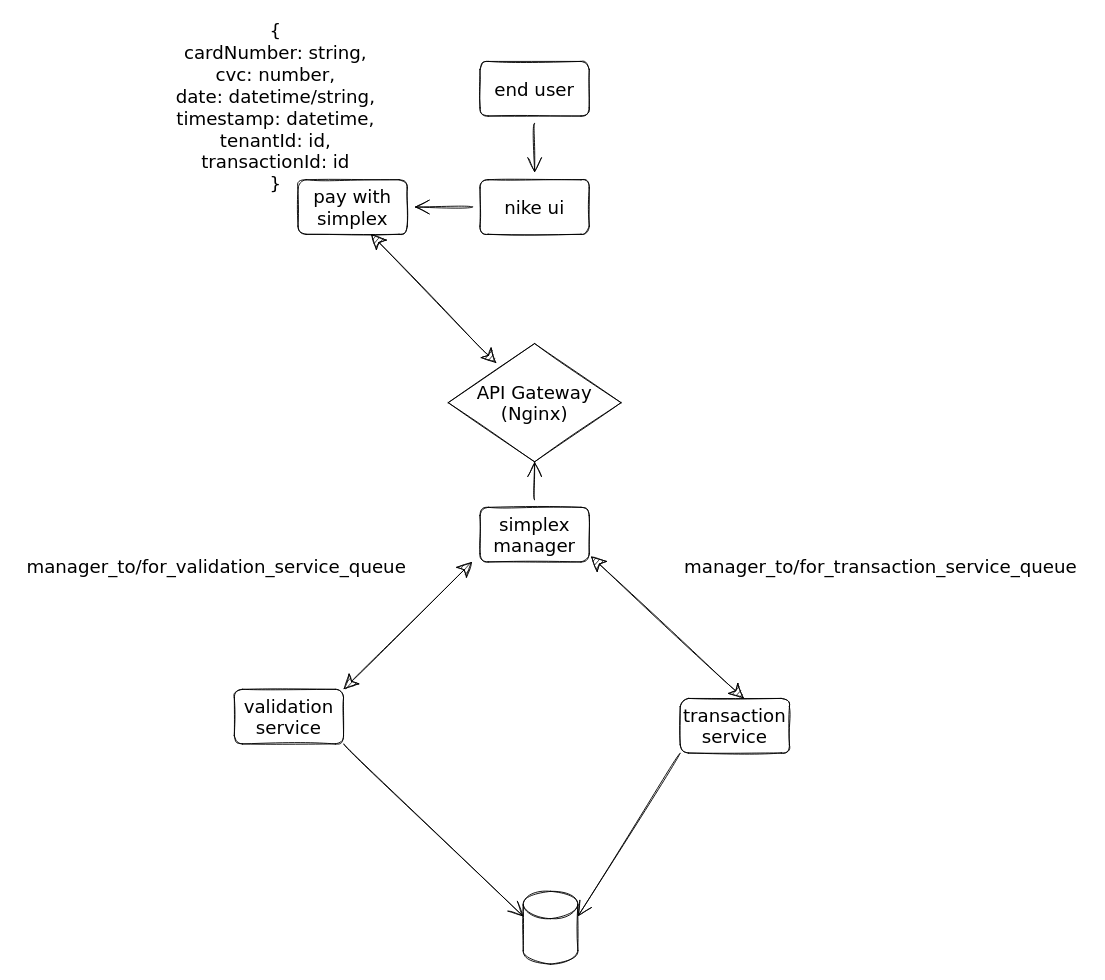
The draw.io diagram simplex.drawio in itaileshem/happy-hlds, before the edit. Source tidied: cells renumbered, new cells numbered last; positions are measured from the earlier drawing's top-left corner, leaving out a move shared by most shapes. Both pictures are drawn from the tidied source at 91%, with x=0, y=0 at pixel (15, 15).
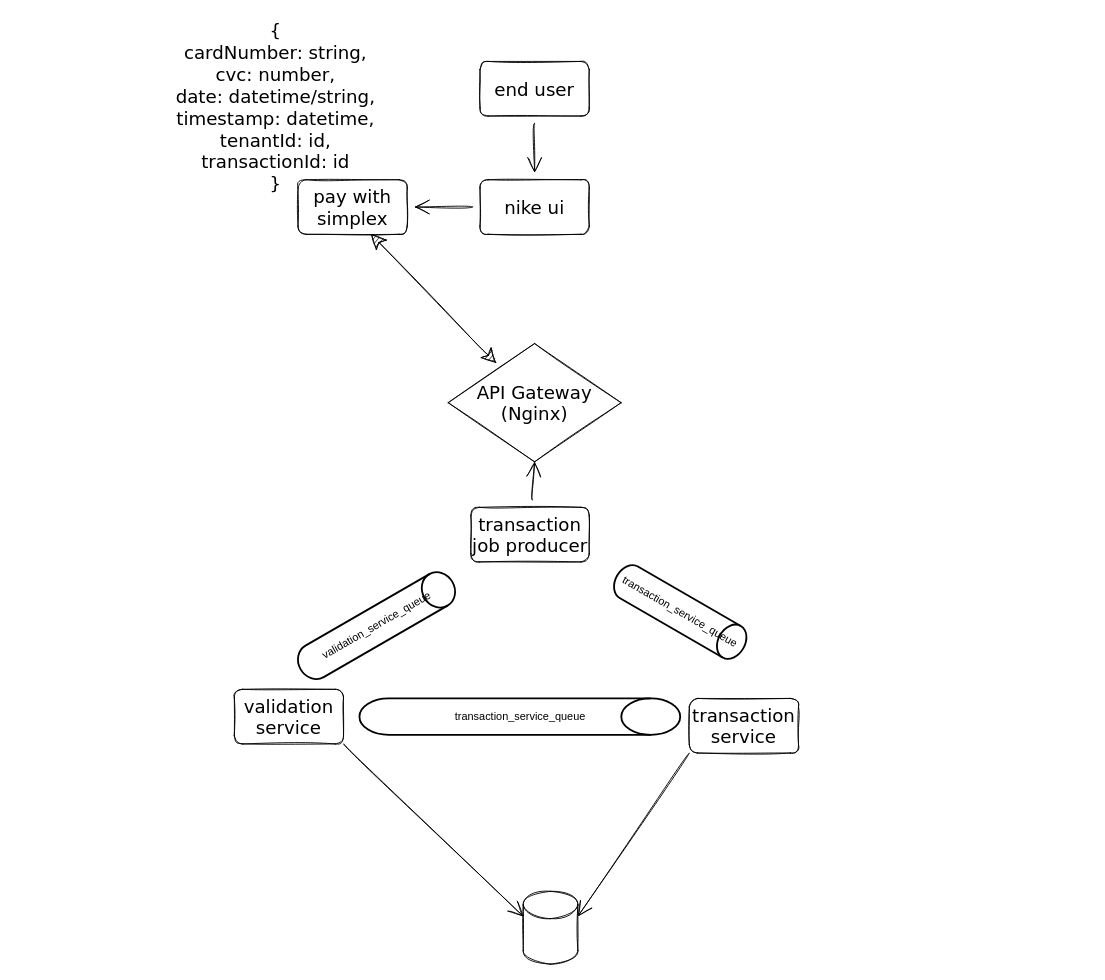
The same page after the edit.

Change to the diagram source:
```diff
@@
     <mxCell id="12" value="transaction service" style="rounded=1;whiteSpace=wrap;html=1;sketch=1;hachureGap=4;fontFamily=Verdana;fontSize=20;" parent="1" vertex="1">
-      <mxGeometry x="730" y="750" width="120" height="60" as="geometry" />
+      <mxGeometry x="740" y="750" width="120" height="60" as="geometry" />
     </mxCell>
@@
-    <mxCell id="15" value="simplex manager" style="rounded=1;whiteSpace=wrap;html=1;sketch=1;hachureGap=4;fontFamily=Verdana;fontSize=20;" parent="1" vertex="1">
-      <mxGeometry x="510" y="540" width="120" height="60" as="geometry" />
+    <mxCell id="15" value="transaction job producer" style="rounded=1;whiteSpace=wrap;html=1;sketch=1;hachureGap=4;fontFamily=Verdana;fontSize=20;" parent="1" vertex="1">
+      <mxGeometry x="500" y="540" width="130" height="60" as="geometry" />
     </mxCell>
-    <mxCell id="16" value="manager_to/for_transaction_service_queue" style="text;html=1;align=center;verticalAlign=middle;strokeColor=none;fillColor=none;sketch=1;hachureGap=4;fontFamily=Verdana;fontSize=20;" parent="1" vertex="1">
-      <mxGeometry x="720" y="590" width="460" height="30" as="geometry" />
-    </mxCell>
-    <mxCell id="17" style="endArrow=classic;startArrow=classic;html=1;rounded=0;sketch=1;hachureGap=4;fontFamily=Verdana;fontSize=16;startSize=14;endSize=14;sourcePerimeterSpacing=8;targetPerimeterSpacing=8;curved=1;entryX=0.081;entryY=0.489;entryDx=0;entryDy=0;entryPerimeter=0;" parent="1" edge="1">
-      <mxGeometry relative="1" as="geometry">
-        <mxPoint x="360" y="740" as="sourcePoint" />
-        <mxPoint x="501.3" y="600" as="targetPoint" />
-      </mxGeometry>
-    </mxCell>
-    <mxCell id="18" style="endArrow=classic;startArrow=classic;html=1;rounded=0;sketch=1;hachureGap=4;fontFamily=Verdana;fontSize=16;startSize=14;endSize=14;sourcePerimeterSpacing=8;targetPerimeterSpacing=8;curved=1;entryX=1.017;entryY=0.9;entryDx=0;entryDy=0;entryPerimeter=0;" parent="1" edge="1" target="15">
-      <mxGeometry relative="1" as="geometry">
-        <mxPoint x="800" y="750" as="sourcePoint" />
-      </mxGeometry>
-    </mxCell>
-    <mxCell id="19" value="manager_to/for_validation_service_queue" style="text;html=1;align=center;verticalAlign=middle;strokeColor=none;fillColor=none;sketch=1;hachureGap=4;fontFamily=Verdana;fontSize=20;" parent="1" vertex="1">
-      <mxGeometry y="590" width="440" height="30" as="geometry" />
-    </mxCell>
@@
+    <mxCell id="21" value="transaction_service_queue" style="strokeWidth=2;html=1;shape=mxgraph.flowchart.direct_data;whiteSpace=wrap;" parent="1" vertex="1">
+      <mxGeometry x="377.5" y="750" width="352.5" height="40" as="geometry" />
+    </mxCell>
+    <mxCell id="22" value="validation_service_queue" style="strokeWidth=2;html=1;shape=mxgraph.flowchart.direct_data;whiteSpace=wrap;rotation=-30;" parent="1" vertex="1">
+      <mxGeometry x="300" y="650" width="192.5" height="40" as="geometry" />
+    </mxCell>
+    <mxCell id="23" value="transaction_service_queue" style="strokeWidth=2;html=1;shape=mxgraph.flowchart.direct_data;whiteSpace=wrap;rotation=30;" parent="1" vertex="1">
+      <mxGeometry x="650" y="635" width="160" height="40" as="geometry" />
+    </mxCell>
```
